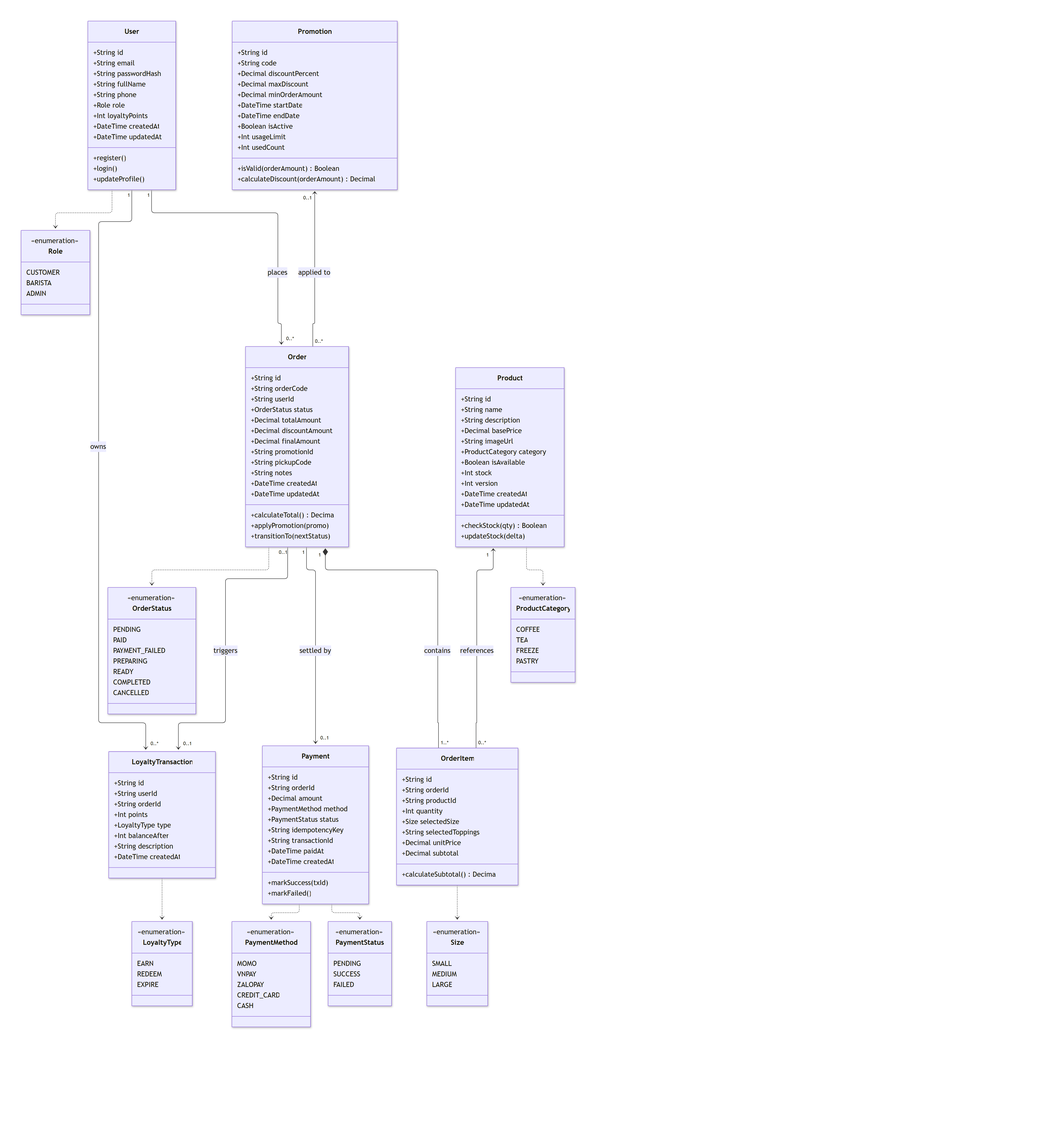
nphat-code/swe-project keeps this Mermaid diagram as docs/diagrams/class/class-domain.png. Above is the earlier version. Its source is kept beside it as docs/diagrams/class/class-domain.mmd.
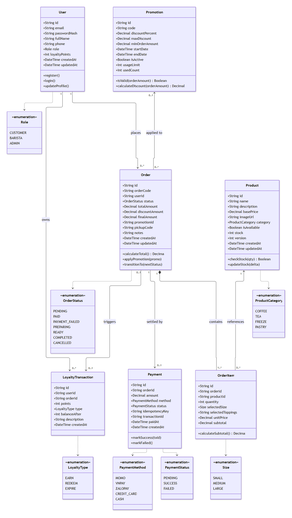
Above is the later version.

Commit message:
fix(class): fix draw.io enumeration text overlap by formatting stereotypes into class header labels (Task 2.3)

Diff of the diagram source:
```diff
@@ -102,30 +102,26 @@
         +DateTime createdAt
     }
 
-    class Role {
-        <<enumeration>>
+    class Role["«enumeration»<br/>Role"] {
         CUSTOMER
         BARISTA
         ADMIN
     }
 
-    class ProductCategory {
-        <<enumeration>>
+    class ProductCategory["«enumeration»<br/>ProductCategory"] {
         COFFEE
         TEA
         FREEZE
         PASTRY
     }
 
-    class Size {
-        <<enumeration>>
+    class Size["«enumeration»<br/>Size"] {
         SMALL
         MEDIUM
         LARGE
     }
 
-    class OrderStatus {
-        <<enumeration>>
+    class OrderStatus["«enumeration»<br/>OrderStatus"] {
         PENDING
         PAID
         PAYMENT_FAILED
@@ -135,8 +131,7 @@
         CANCELLED
     }
 
-    class PaymentMethod {
-        <<enumeration>>
+    class PaymentMethod["«enumeration»<br/>PaymentMethod"] {
         MOMO
         VNPAY
         ZALOPAY
@@ -144,15 +139,13 @@
         CASH
     }
 
-    class PaymentStatus {
-        <<enumeration>>
+    class PaymentStatus["«enumeration»<br/>PaymentStatus"] {
         PENDING
         SUCCESS
         FAILED
     }
 
-    class LoyaltyType {
-        <<enumeration>>
+    class LoyaltyType["«enumeration»<br/>LoyaltyType"] {
         EARN
         REDEEM
         EXPIRE
```
